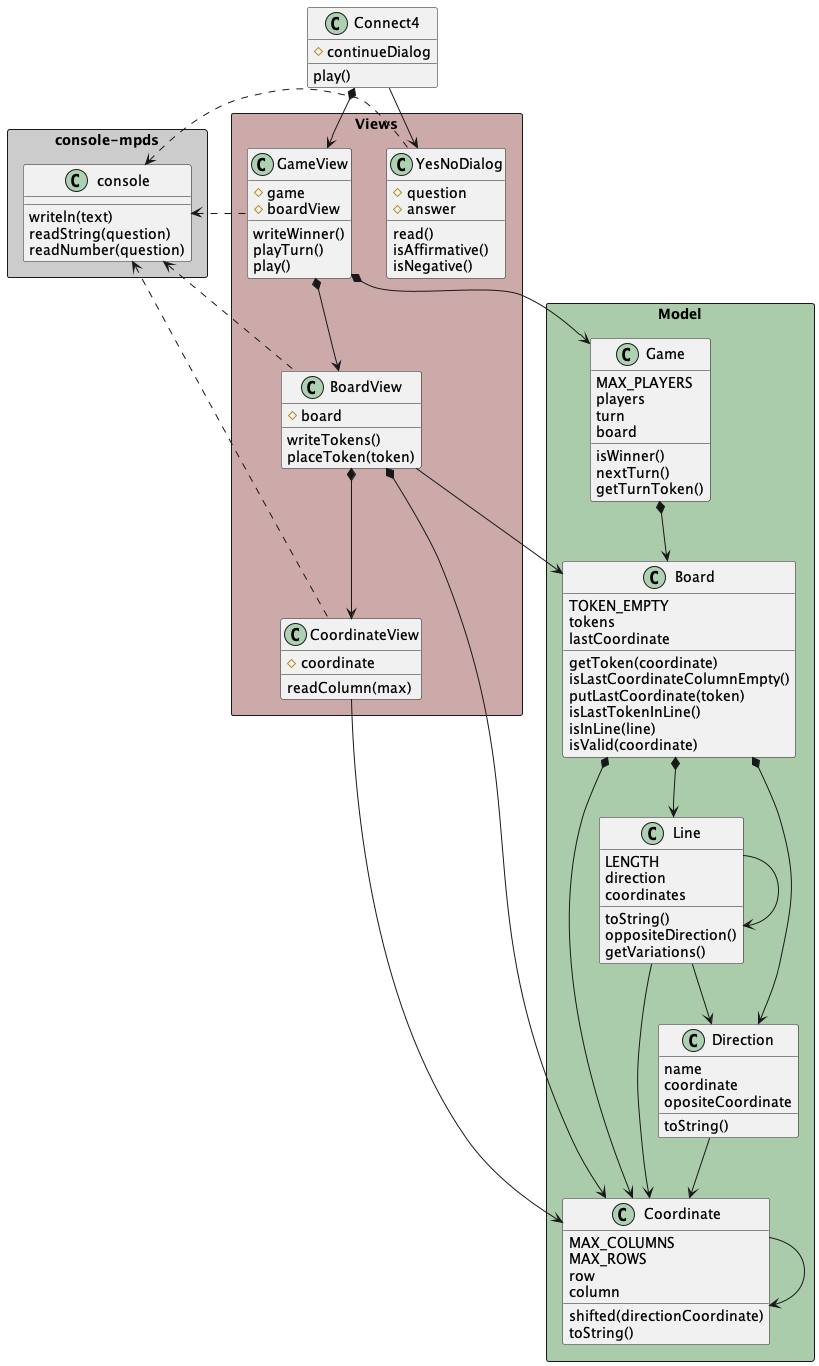
The PlantUML diagram game-connect4/docs/diagrams/objectOriented/constructorFunction/class diagram/connect4_constructorFunction_classdiagram.png in mpaulaherrero/escuelaIT, before a commit.
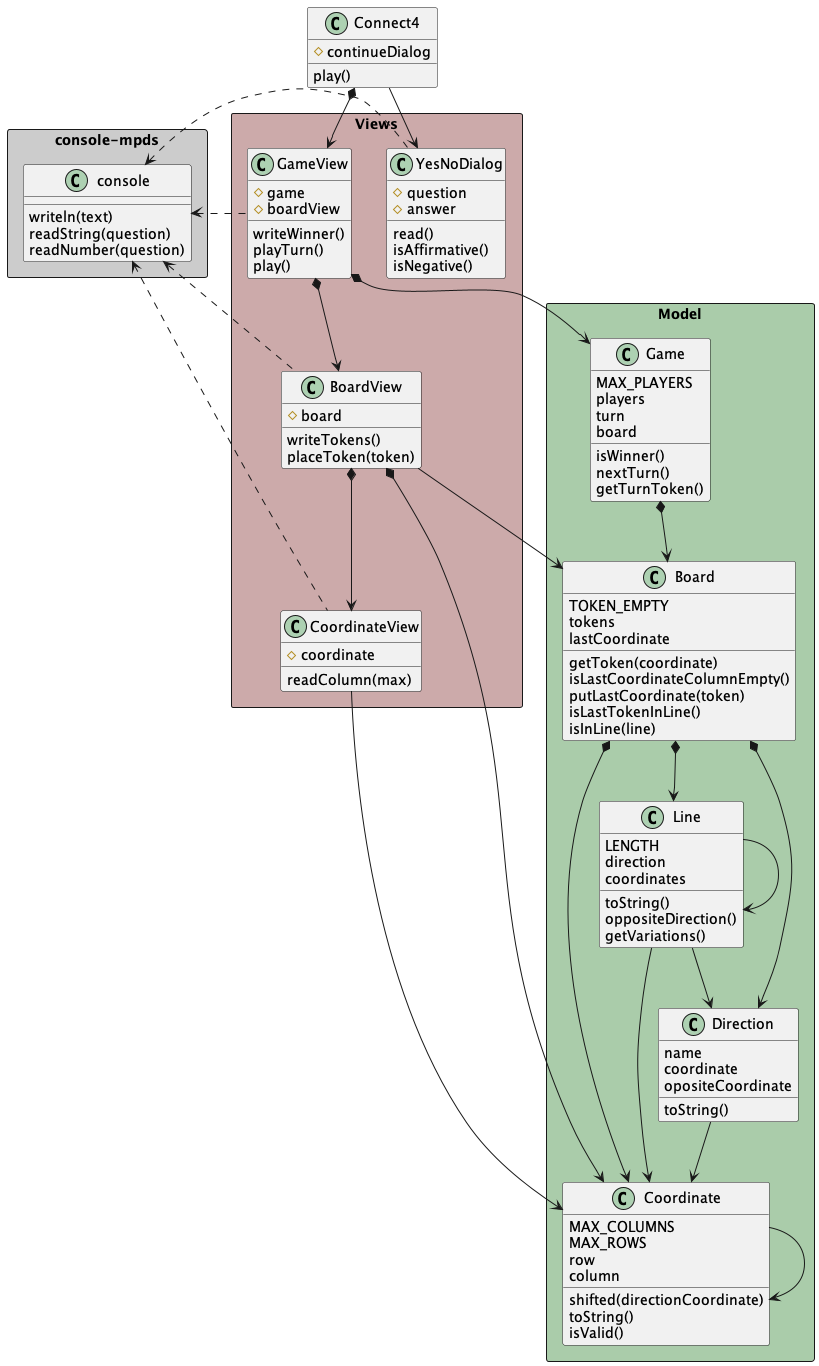
Above is the later version.

Commit message:
subir isValid a Coordinate reparto responsa

Diff of the diagram source:
```diff
@@ -16,6 +16,7 @@
         column
         shifted(directionCoordinate)
         toString()
+        isValid()
     }
 
     class Direction {
@@ -43,7 +44,6 @@
         putLastCoordinate(token)
         isLastTokenInLine()
         isInLine(line)
-        isValid(coordinate)
     }
 
     class Game {
```
